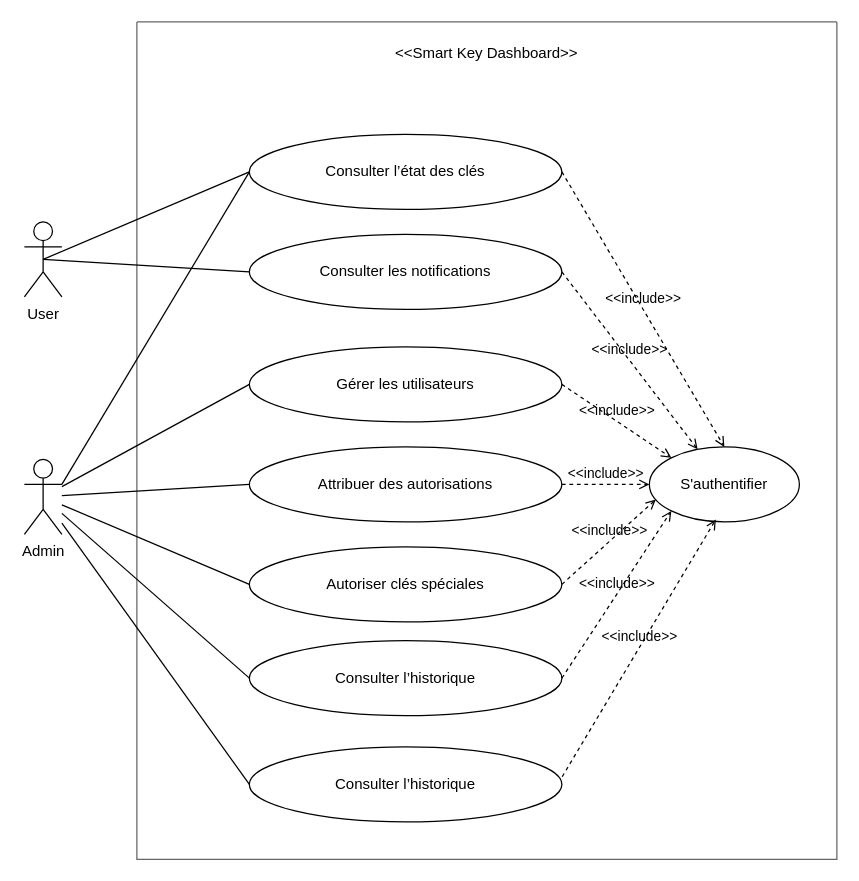
This is dashboard-system-design.drawio from YosrMekkii/smart-key-management-web, a draw.io file, before an edit. Source tidied: cells renumbered, new cells numbered last; positions are measured from the earlier drawing's top-left corner, leaving out a move shared by most shapes. Both pictures are drawn from the tidied source at 125%, with x=0, y=0 at pixel (24, 21).
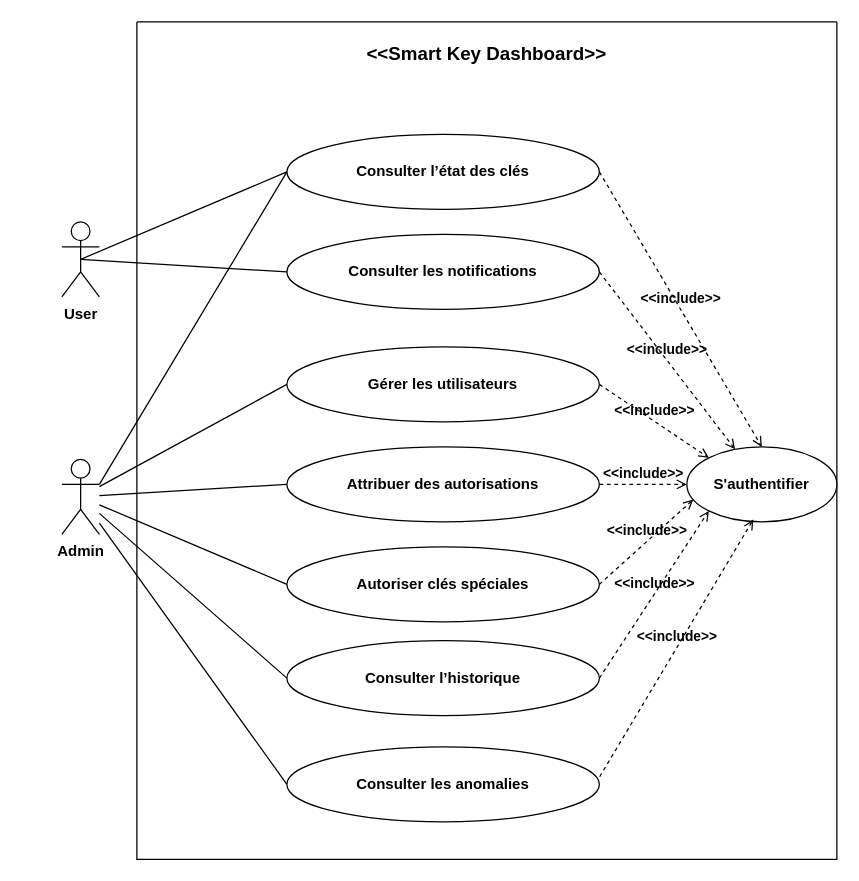
Above is the later version.

Commit message:
Mettre à jour dashboard-system-design.drawio

What changed in the source:
```diff
@@
+    <mxCell id="3" style="swimlane;startSize=0;labelBackgroundColor=none;fontStyle=1;rounded=0;" parent="1" vertex="1">
+      <mxGeometry x="90" width="560" height="670" as="geometry" />
+    </mxCell>
+    <mxCell id="12" value="&lt;font style=&quot;font-size: 15px;&quot;&gt;&amp;lt;&amp;lt;Smart Key Dashboard&amp;gt;&amp;gt;&lt;/font&gt;" style="text;html=1;whiteSpace=wrap;strokeColor=none;fillColor=none;align=center;verticalAlign=middle;rounded=0;labelBackgroundColor=none;fontStyle=1;" parent="3" vertex="1">
+      <mxGeometry x="180" y="10" width="200" height="30" as="geometry" />
+    </mxCell>
-    <mxCell id="2" value="User" style="shape=umlActor;verticalLabelPosition=bottom;verticalAlign=top;html=1;outlineConnect=0;" parent="1" vertex="1">
-      <mxGeometry y="160" width="30" height="60" as="geometry" />
+    <mxCell id="2" value="User" style="shape=umlActor;verticalLabelPosition=bottom;verticalAlign=top;html=1;outlineConnect=0;labelBackgroundColor=none;fontStyle=1;rounded=0;" parent="3" vertex="1">
+      <mxGeometry x="-60" y="160" width="30" height="60" as="geometry" />
     </mxCell>
-    <mxCell id="3" style="swimlane;startSize=0;fillColor=#f5f5f5;fontColor=#333333;strokeColor=#666666;" parent="1" vertex="1">
-      <mxGeometry x="90" width="560" height="670" as="geometry" />
-    </mxCell>
-    <mxCell id="4" value="Consulter l’état des clés" style="ellipse;whiteSpace=wrap;html=1;" parent="3" vertex="1">
-      <mxGeometry x="90" y="90" width="250" height="60" as="geometry" />
+    <mxCell id="4" value="Consulter l’état des clés" style="ellipse;whiteSpace=wrap;html=1;labelBackgroundColor=none;fontStyle=1;rounded=0;" parent="3" vertex="1">
+      <mxGeometry x="120" y="90" width="250" height="60" as="geometry" />
     </mxCell>
-    <mxCell id="5" value="Consulter les notifications" style="ellipse;whiteSpace=wrap;html=1;" parent="3" vertex="1">
-      <mxGeometry x="90" y="170" width="250" height="60" as="geometry" />
+    <mxCell id="5" value="Consulter les notifications" style="ellipse;whiteSpace=wrap;html=1;labelBackgroundColor=none;fontStyle=1;rounded=0;" parent="3" vertex="1">
+      <mxGeometry x="120" y="170" width="250" height="60" as="geometry" />
     </mxCell>
-    <mxCell id="6" value="Attribuer des autorisations" style="ellipse;whiteSpace=wrap;html=1;" parent="3" vertex="1">
-      <mxGeometry x="90" y="340" width="250" height="60" as="geometry" />
+    <mxCell id="6" value="Attribuer des autorisations" style="ellipse;whiteSpace=wrap;html=1;labelBackgroundColor=none;fontStyle=1;rounded=0;" parent="3" vertex="1">
+      <mxGeometry x="120" y="340" width="250" height="60" as="geometry" />
     </mxCell>
-    <mxCell id="7" value="Gérer les utilisateurs" style="ellipse;whiteSpace=wrap;html=1;" parent="3" vertex="1">
-      <mxGeometry x="90" y="260" width="250" height="60" as="geometry" />
+    <mxCell id="7" value="Gérer les utilisateurs" style="ellipse;whiteSpace=wrap;html=1;labelBackgroundColor=none;fontStyle=1;rounded=0;" parent="3" vertex="1">
+      <mxGeometry x="120" y="260" width="250" height="60" as="geometry" />
     </mxCell>
-    <mxCell id="8" value="Autoriser clés spéciales" style="ellipse;whiteSpace=wrap;html=1;" parent="3" vertex="1">
-      <mxGeometry x="90" y="420" width="250" height="60" as="geometry" />
+    <mxCell id="8" value="Autoriser clés spéciales" style="ellipse;whiteSpace=wrap;html=1;labelBackgroundColor=none;fontStyle=1;rounded=0;" parent="3" vertex="1">
+      <mxGeometry x="120" y="420" width="250" height="60" as="geometry" />
     </mxCell>
-    <mxCell id="9" value="Consulter l’historique" style="ellipse;whiteSpace=wrap;html=1;" parent="3" vertex="1">
-      <mxGeometry x="90" y="495" width="250" height="60" as="geometry" />
+    <mxCell id="9" value="Consulter l’historique" style="ellipse;whiteSpace=wrap;html=1;labelBackgroundColor=none;fontStyle=1;rounded=0;" parent="3" vertex="1">
+      <mxGeometry x="120" y="495" width="250" height="60" as="geometry" />
     </mxCell>
-    <mxCell id="10" value="Consulter l’historique" style="ellipse;whiteSpace=wrap;html=1;" parent="3" vertex="1">
-      <mxGeometry x="90" y="580" width="250" height="60" as="geometry" />
+    <mxCell id="10" value="Consulter les anomalies" style="ellipse;whiteSpace=wrap;html=1;labelBackgroundColor=none;fontStyle=1;rounded=0;" parent="3" vertex="1">
+      <mxGeometry x="120" y="580" width="250" height="60" as="geometry" />
     </mxCell>
-    <mxCell id="11" value="S'authentifier" style="ellipse;whiteSpace=wrap;html=1;" parent="3" vertex="1">
-      <mxGeometry x="410" y="340" width="120" height="60" as="geometry" />
+    <mxCell id="11" value="S'authentifier" style="ellipse;whiteSpace=wrap;html=1;labelBackgroundColor=none;fontStyle=1;rounded=0;" parent="3" vertex="1">
+      <mxGeometry x="440" y="340" width="120" height="60" as="geometry" />
     </mxCell>
-    <mxCell id="12" value="&amp;lt;&amp;lt;Smart Key Dashboard&amp;gt;&amp;gt;" style="text;html=1;whiteSpace=wrap;strokeColor=none;fillColor=none;align=center;verticalAlign=middle;rounded=0;" parent="3" vertex="1">
-      <mxGeometry x="180" y="10" width="200" height="30" as="geometry" />
-    </mxCell>
-    <mxCell id="13" value="&amp;lt;&amp;lt;include&amp;gt;&amp;gt;" style="html=1;verticalAlign=bottom;labelBackgroundColor=none;endArrow=open;endFill=0;dashed=1;rounded=0;exitX=1;exitY=0.5;exitDx=0;exitDy=0;entryX=0.5;entryY=0;entryDx=0;entryDy=0;" parent="3" edge="1" source="4" target="11">
+    <mxCell id="13" value="&amp;lt;&amp;lt;include&amp;gt;&amp;gt;" style="html=1;verticalAlign=bottom;labelBackgroundColor=none;endArrow=open;endFill=0;dashed=1;rounded=0;exitX=1;exitY=0.5;exitDx=0;exitDy=0;entryX=0.5;entryY=0;entryDx=0;entryDy=0;fontColor=default;fontStyle=1;" parent="3" edge="1" source="4" target="11">
       <mxGeometry relative="1" as="geometry" />
     </mxCell>
-    <mxCell id="14" value="&amp;lt;&amp;lt;include&amp;gt;&amp;gt;" style="html=1;verticalAlign=bottom;labelBackgroundColor=none;endArrow=open;endFill=0;dashed=1;rounded=0;exitX=1;exitY=0.5;exitDx=0;exitDy=0;" parent="3" edge="1" source="5" target="11">
+    <mxCell id="14" value="&amp;lt;&amp;lt;include&amp;gt;&amp;gt;" style="html=1;verticalAlign=bottom;labelBackgroundColor=none;endArrow=open;endFill=0;dashed=1;rounded=0;exitX=1;exitY=0.5;exitDx=0;exitDy=0;fontColor=default;fontStyle=1;" parent="3" edge="1" source="5" target="11">
       <mxGeometry relative="1" as="geometry" />
     </mxCell>
-    <mxCell id="15" value="&amp;lt;&amp;lt;include&amp;gt;&amp;gt;" style="html=1;verticalAlign=bottom;labelBackgroundColor=none;endArrow=open;endFill=0;dashed=1;rounded=0;exitX=1;exitY=0.5;exitDx=0;exitDy=0;entryX=0;entryY=0;entryDx=0;entryDy=0;" parent="3" edge="1" source="7" target="11">
+    <mxCell id="15" value="&amp;lt;&amp;lt;include&amp;gt;&amp;gt;" style="html=1;verticalAlign=bottom;labelBackgroundColor=none;endArrow=open;endFill=0;dashed=1;rounded=0;exitX=1;exitY=0.5;exitDx=0;exitDy=0;entryX=0;entryY=0;entryDx=0;entryDy=0;fontColor=default;fontStyle=1;" parent="3" edge="1" source="7" target="11">
       <mxGeometry relative="1" as="geometry" />
     </mxCell>
-    <mxCell id="16" value="&amp;lt;&amp;lt;include&amp;gt;&amp;gt;" style="html=1;verticalAlign=bottom;labelBackgroundColor=none;endArrow=open;endFill=0;dashed=1;rounded=0;exitX=1;exitY=0.5;exitDx=0;exitDy=0;entryX=0;entryY=0.5;entryDx=0;entryDy=0;" parent="3" edge="1" source="6" target="11">
+    <mxCell id="16" value="&amp;lt;&amp;lt;include&amp;gt;&amp;gt;" style="html=1;verticalAlign=bottom;labelBackgroundColor=none;endArrow=open;endFill=0;dashed=1;rounded=0;exitX=1;exitY=0.5;exitDx=0;exitDy=0;entryX=0;entryY=0.5;entryDx=0;entryDy=0;fontColor=default;fontStyle=1;" parent="3" edge="1" source="6" target="11">
       <mxGeometry relative="1" as="geometry" />
     </mxCell>
-    <mxCell id="17" value="&amp;lt;&amp;lt;include&amp;gt;&amp;gt;" style="html=1;verticalAlign=bottom;labelBackgroundColor=none;endArrow=open;endFill=0;dashed=1;rounded=0;exitX=1;exitY=0.5;exitDx=0;exitDy=0;entryX=0.043;entryY=0.702;entryDx=0;entryDy=0;entryPerimeter=0;" parent="3" edge="1" source="8" target="11">
+    <mxCell id="17" value="&amp;lt;&amp;lt;include&amp;gt;&amp;gt;" style="html=1;verticalAlign=bottom;labelBackgroundColor=none;endArrow=open;endFill=0;dashed=1;rounded=0;exitX=1;exitY=0.5;exitDx=0;exitDy=0;entryX=0.043;entryY=0.702;entryDx=0;entryDy=0;entryPerimeter=0;fontColor=default;fontStyle=1;" parent="3" edge="1" source="8" target="11">
       <mxGeometry relative="1" as="geometry" />
     </mxCell>
-    <mxCell id="18" value="&amp;lt;&amp;lt;include&amp;gt;&amp;gt;" style="html=1;verticalAlign=bottom;labelBackgroundColor=none;endArrow=open;endFill=0;dashed=1;rounded=0;exitX=1;exitY=0.5;exitDx=0;exitDy=0;entryX=0;entryY=1;entryDx=0;entryDy=0;" parent="3" edge="1" source="9" target="11">
+    <mxCell id="18" value="&amp;lt;&amp;lt;include&amp;gt;&amp;gt;" style="html=1;verticalAlign=bottom;labelBackgroundColor=none;endArrow=open;endFill=0;dashed=1;rounded=0;exitX=1;exitY=0.5;exitDx=0;exitDy=0;entryX=0;entryY=1;entryDx=0;entryDy=0;fontColor=default;fontStyle=1;" parent="3" edge="1" source="9" target="11">
       <mxGeometry relative="1" as="geometry" />
     </mxCell>
-    <mxCell id="19" value="&amp;lt;&amp;lt;include&amp;gt;&amp;gt;" style="html=1;verticalAlign=bottom;labelBackgroundColor=none;endArrow=open;endFill=0;dashed=1;rounded=0;exitX=1.001;exitY=0.398;exitDx=0;exitDy=0;entryX=0.443;entryY=0.968;entryDx=0;entryDy=0;exitPerimeter=0;entryPerimeter=0;" parent="3" edge="1" source="10" target="11">
+    <mxCell id="19" value="&amp;lt;&amp;lt;include&amp;gt;&amp;gt;" style="html=1;verticalAlign=bottom;labelBackgroundColor=none;endArrow=open;endFill=0;dashed=1;rounded=0;exitX=1.001;exitY=0.398;exitDx=0;exitDy=0;entryX=0.443;entryY=0.968;entryDx=0;entryDy=0;exitPerimeter=0;entryPerimeter=0;fontColor=default;fontStyle=1;" parent="3" edge="1" source="10" target="11">
       <mxGeometry relative="1" as="geometry" />
     </mxCell>
-    <mxCell id="20" style="endArrow=none;html=1;rounded=0;entryX=0;entryY=0.5;entryDx=0;entryDy=0;exitX=0.5;exitY=0.5;exitDx=0;exitDy=0;exitPerimeter=0;" parent="1" edge="1" source="2" target="4">
+    <mxCell id="20" style="endArrow=none;html=1;rounded=0;entryX=0;entryY=0.5;entryDx=0;entryDy=0;exitX=0.5;exitY=0.5;exitDx=0;exitDy=0;exitPerimeter=0;labelBackgroundColor=none;fontColor=default;fontStyle=1;" parent="3" edge="1" source="2" target="4">
       <mxGeometry relative="1" as="geometry" />
     </mxCell>
-    <mxCell id="21" style="endArrow=none;html=1;rounded=0;entryX=0;entryY=0.5;entryDx=0;entryDy=0;exitX=0.5;exitY=0.5;exitDx=0;exitDy=0;exitPerimeter=0;" parent="1" edge="1" source="2" target="5">
+    <mxCell id="21" style="endArrow=none;html=1;rounded=0;entryX=0;entryY=0.5;entryDx=0;entryDy=0;exitX=0.5;exitY=0.5;exitDx=0;exitDy=0;exitPerimeter=0;labelBackgroundColor=none;fontColor=default;fontStyle=1;" parent="3" edge="1" source="2" target="5">
       <mxGeometry relative="1" as="geometry" />
     </mxCell>
-    <mxCell id="22" value="Admin&lt;div&gt;&lt;br&gt;&lt;/div&gt;" style="shape=umlActor;verticalLabelPosition=bottom;verticalAlign=top;html=1;outlineConnect=0;" parent="1" vertex="1">
-      <mxGeometry y="350" width="30" height="60" as="geometry" />
+    <mxCell id="22" value="Admin&lt;div&gt;&lt;br&gt;&lt;/div&gt;" style="shape=umlActor;verticalLabelPosition=bottom;verticalAlign=top;html=1;outlineConnect=0;labelBackgroundColor=none;fontStyle=1;rounded=0;" parent="3" vertex="1">
+      <mxGeometry x="-60" y="350" width="30" height="60" as="geometry" />
     </mxCell>
-    <mxCell id="23" style="endArrow=none;html=1;rounded=0;entryX=0;entryY=0.5;entryDx=0;entryDy=0;" parent="1" edge="1" source="22" target="7">
+    <mxCell id="23" style="endArrow=none;html=1;rounded=0;entryX=0;entryY=0.5;entryDx=0;entryDy=0;labelBackgroundColor=none;fontColor=default;fontStyle=1;" parent="3" edge="1" source="22" target="7">
       <mxGeometry relative="1" as="geometry" />
     </mxCell>
-    <mxCell id="24" style="endArrow=none;html=1;rounded=0;entryX=0;entryY=0.5;entryDx=0;entryDy=0;" parent="1" edge="1" source="22" target="6">
+    <mxCell id="24" style="endArrow=none;html=1;rounded=0;entryX=0;entryY=0.5;entryDx=0;entryDy=0;labelBackgroundColor=none;fontColor=default;fontStyle=1;" parent="3" edge="1" source="22" target="6">
       <mxGeometry relative="1" as="geometry" />
     </mxCell>
-    <mxCell id="25" style="endArrow=none;html=1;rounded=0;entryX=0;entryY=0.5;entryDx=0;entryDy=0;" parent="1" edge="1" source="22" target="8">
+    <mxCell id="25" style="endArrow=none;html=1;rounded=0;entryX=0;entryY=0.5;entryDx=0;entryDy=0;labelBackgroundColor=none;fontColor=default;fontStyle=1;" parent="3" edge="1" source="22" target="8">
       <mxGeometry relative="1" as="geometry" />
     </mxCell>
-    <mxCell id="26" style="endArrow=none;html=1;rounded=0;entryX=0;entryY=0.5;entryDx=0;entryDy=0;" parent="1" edge="1" source="22" target="9">
+    <mxCell id="26" style="endArrow=none;html=1;rounded=0;entryX=0;entryY=0.5;entryDx=0;entryDy=0;labelBackgroundColor=none;fontColor=default;fontStyle=1;" parent="3" edge="1" source="22" target="9">
       <mxGeometry relative="1" as="geometry" />
     </mxCell>
-    <mxCell id="27" style="endArrow=none;html=1;rounded=0;entryX=0;entryY=0.5;entryDx=0;entryDy=0;" parent="1" edge="1" source="22" target="10">
+    <mxCell id="27" style="endArrow=none;html=1;rounded=0;entryX=0;entryY=0.5;entryDx=0;entryDy=0;labelBackgroundColor=none;fontColor=default;fontStyle=1;" parent="3" edge="1" source="22" target="10">
       <mxGeometry relative="1" as="geometry" />
     </mxCell>
-    <mxCell id="28" style="endArrow=none;html=1;rounded=0;entryX=0;entryY=0.5;entryDx=0;entryDy=0;" parent="1" edge="1" target="4">
+    <mxCell id="28" style="endArrow=none;html=1;rounded=0;entryX=0;entryY=0.5;entryDx=0;entryDy=0;labelBackgroundColor=none;fontColor=default;fontStyle=1;" parent="3" edge="1" target="4">
       <mxGeometry relative="1" as="geometry">
-        <mxPoint x="30" y="370" as="sourcePoint" />
+        <mxPoint x="-30" y="370" as="sourcePoint" />
       </mxGeometry>
     </mxCell>
```
